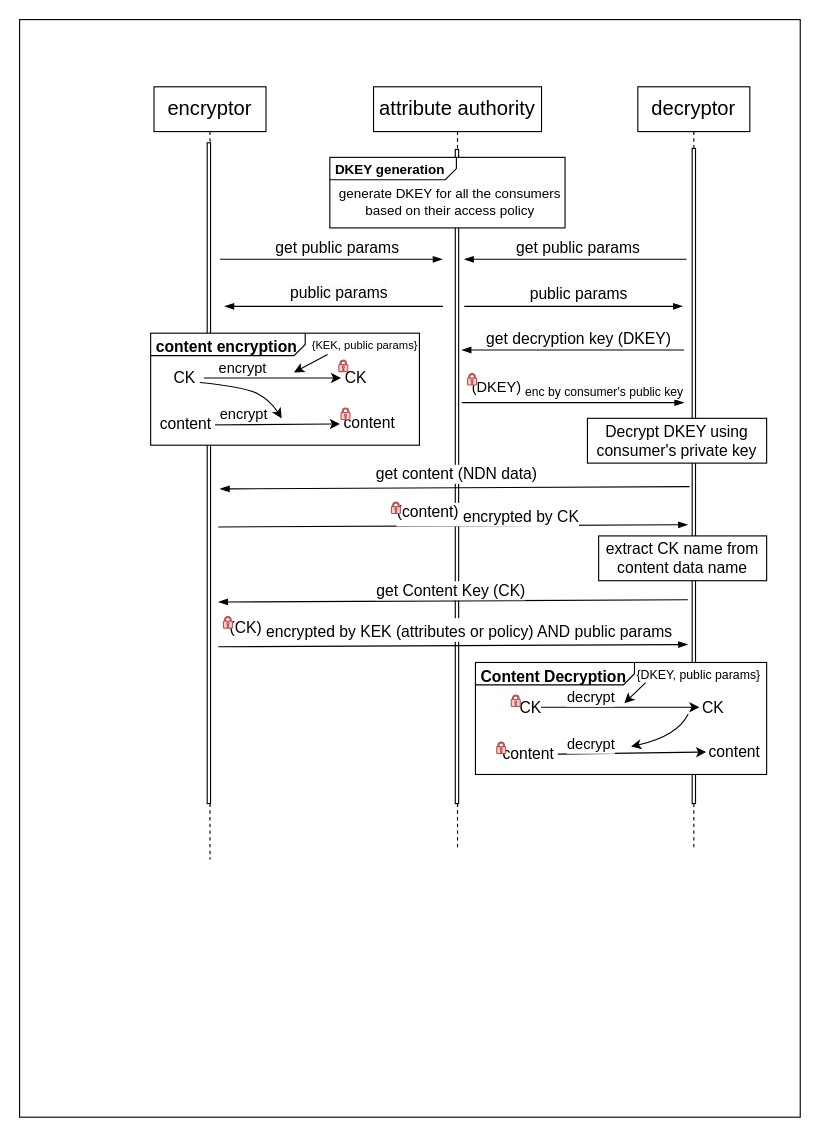
Earlier version of the draw.io diagram seq-nac-revisit.drawio (dulalsaurab/NDNHealth). Source tidied: cells renumbered, new cells numbered last; positions are measured from the earlier drawing's top-left corner, leaving out a move shared by most shapes. Both pictures are drawn from the tidied source at 112%, with x=0, y=0 at pixel (19, 19).
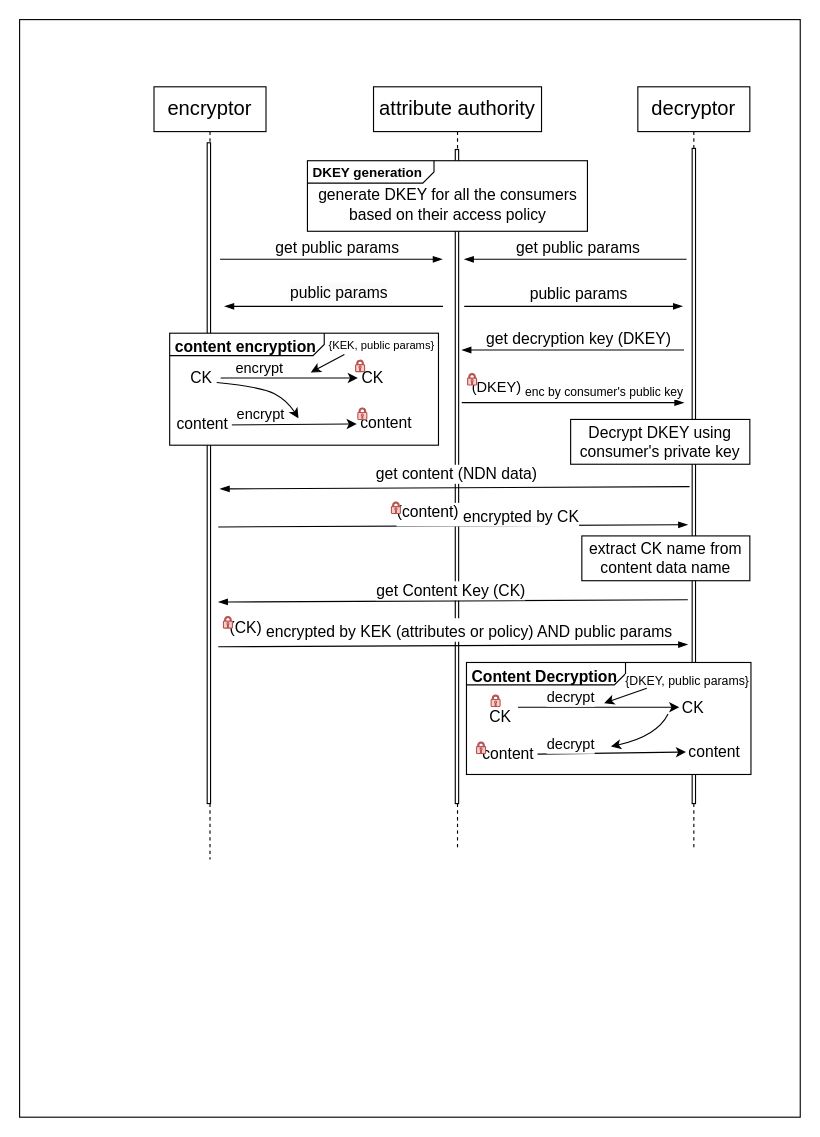
After the change.

The edit, as a diff of the source:
```diff
@@
     <mxCell id="32" value="&lt;p style=&quot;margin:0px;margin-top:4px;margin-left:5px;text-align:left;&quot;&gt;&lt;b&gt;DKEY generation&lt;br&gt;&lt;/b&gt;&lt;/p&gt;" style="html=1;shape=mxgraph.sysml.package;overflow=fill;labelX=113.88;align=left;spacingLeft=5;verticalAlign=top;spacingTop=-3;" parent="1" vertex="1">
-      <mxGeometry x="277" y="123" width="210" height="63" as="geometry" />
+      <mxGeometry x="257" y="126" width="250" height="63" as="geometry" />
     </mxCell>
-    <mxCell id="33" value="generate DKEY for all the consumers based on their access policy" style="text;html=1;strokeColor=none;fillColor=none;align=center;verticalAlign=middle;whiteSpace=wrap;rounded=0;" parent="1" vertex="1">
-      <mxGeometry x="282" y="148" width="205" height="30" as="geometry" />
+    <mxCell id="33" value="&lt;font style=&quot;font-size: 14px;&quot;&gt;generate DKEY for all the consumers based on their access policy&lt;/font&gt;" style="text;html=1;strokeColor=none;fillColor=none;align=center;verticalAlign=middle;whiteSpace=wrap;rounded=0;" parent="1" vertex="1">
+      <mxGeometry x="264.5" y="150" width="235" height="30" as="geometry" />
     </mxCell>
     <mxCell id="34" value="&lt;font style=&quot;font-size: 14px;&quot;&gt;Decrypt DKEY using consumer's private key&lt;/font&gt;" style="rounded=0;whiteSpace=wrap;html=1;glass=0;" parent="1" vertex="1">
-      <mxGeometry x="507" y="356" width="160" height="40" as="geometry" />
+      <mxGeometry x="492" y="357" width="160" height="40" as="geometry" />
     </mxCell>
     <mxCell id="35" value="&lt;font style=&quot;font-size: 14px;&quot;&gt;extract CK name from content data name&lt;/font&gt;" style="rounded=0;whiteSpace=wrap;html=1;" parent="1" vertex="1">
-      <mxGeometry x="517" y="461" width="150" height="40" as="geometry" />
+      <mxGeometry x="502" y="461" width="150" height="40" as="geometry" />
     </mxCell>
     <mxCell id="36" value="&lt;p style=&quot;margin:0px;margin-top:4px;margin-left:5px;text-align:left;&quot;&gt;&lt;b&gt;&lt;font style=&quot;font-size: 14px;&quot;&gt;content encryption&lt;/font&gt;&lt;br&gt;&lt;/b&gt;&lt;/p&gt;" style="html=1;shape=mxgraph.sysml.package;overflow=fill;labelX=138.37;align=left;spacingLeft=5;verticalAlign=top;spacingTop=-3;" parent="1" vertex="1">
-      <mxGeometry x="117" y="280" width="240" height="100" as="geometry" />
+      <mxGeometry x="134" y="280" width="240" height="100" as="geometry" />
     </mxCell>
     <mxCell id="37" style="endArrow=classic;html=1;rounded=0;" parent="1" edge="1">
       <mxGeometry relative="1" as="geometry">
-        <mxPoint x="158" y="320" as="sourcePoint" />
-        <mxPoint x="287" y="320" as="targetPoint" />
+        <mxPoint x="173" y="320" as="sourcePoint" />
+        <mxPoint x="302" y="320" as="targetPoint" />
       </mxGeometry>
     </mxCell>
@@
     <mxCell id="41" style="endArrow=classic;html=1;rounded=0;" parent="1" edge="1">
       <mxGeometry relative="1" as="geometry">
-        <mxPoint x="161" y="362" as="sourcePoint" />
-        <mxPoint x="286" y="361" as="targetPoint" />
+        <mxPoint x="176" y="362" as="sourcePoint" />
+        <mxPoint x="301" y="361" as="targetPoint" />
       </mxGeometry>
     </mxCell>
     <mxCell id="42" value="&lt;font style=&quot;font-size: 14px;&quot;&gt;CK&amp;nbsp;&amp;nbsp;&lt;/font&gt;" style="edgeLabel;html=1;align=center;verticalAlign=middle;" parent="1" vertex="1">
-      <mxGeometry x="339.8" y="329" as="geometry">
+      <mxGeometry x="354.8" y="329" as="geometry">
         <mxPoint x="-189" y="-10" as="offset" />
       </mxGeometry>
     </mxCell>
     <mxCell id="43" value="content&amp;nbsp;" style="edgeLabel;html=1;align=center;verticalAlign=middle;fontSize=14;" parent="1" vertex="1">
-      <mxGeometry x="355.8" y="352" as="geometry">
+      <mxGeometry x="370.8" y="352" as="geometry">
         <mxPoint x="-206" y="8" as="offset" />
       </mxGeometry>
     </mxCell>
     <mxCell id="44" value="content&amp;nbsp;" style="edgeLabel;html=1;align=center;verticalAlign=middle;fontSize=14;" parent="1" vertex="1">
-      <mxGeometry x="315" y="362.3" as="geometry">
+      <mxGeometry x="330" y="362.3" as="geometry">
         <mxPoint x="-2" y="-3" as="offset" />
       </mxGeometry>
     </mxCell>
     <mxCell id="45" style="sketch=0;shadow=0;dashed=0;html=1;strokeColor=#b85450;labelPosition=center;verticalLabelPosition=bottom;verticalAlign=top;align=center;fillColor=#f8cecc;shape=mxgraph.mscae.enterprise.lock;" parent="1" vertex="1">
-      <mxGeometry x="285" y="304" width="8" height="10.3" as="geometry" />
+      <mxGeometry x="300" y="304" width="8" height="10.3" as="geometry" />
     </mxCell>
     <mxCell id="46" style="sketch=0;shadow=0;dashed=0;html=1;strokeColor=#b85450;labelPosition=center;verticalLabelPosition=bottom;verticalAlign=top;align=center;fillColor=#f8cecc;shape=mxgraph.mscae.enterprise.lock;" parent="1" vertex="1">
-      <mxGeometry x="287" y="346.7" width="8" height="10.3" as="geometry" />
+      <mxGeometry x="302" y="346.7" width="8" height="10.3" as="geometry" />
     </mxCell>
     <mxCell id="47" style="group;" parent="1" vertex="1">
-      <mxGeometry x="407" y="574" width="260" height="100" as="geometry" />
+      <mxGeometry x="399" y="574" width="254" height="100" as="geometry" />
     </mxCell>
     <mxCell id="48" value="&lt;p style=&quot;margin: 4px 0px 0px 5px; text-align: left;&quot;&gt;&lt;b style=&quot;&quot;&gt;&lt;font style=&quot;font-size: 14px;&quot;&gt;Content Decryption&lt;/font&gt;&lt;br style=&quot;font-size: 15px;&quot;&gt;&lt;/b&gt;&lt;/p&gt;" style="html=1;shape=mxgraph.sysml.package;overflow=fill;labelX=142.93;align=left;spacingLeft=5;verticalAlign=top;spacingTop=-3;fontSize=15;" parent="47" vertex="1">
-      <mxGeometry width="260" height="100" as="geometry" />
+      <mxGeometry width="254" height="100" as="geometry" />
     </mxCell>
     <mxCell id="49" style="endArrow=classic;html=1;rounded=0;fontSize=15;" parent="47" edge="1">
       <mxGeometry relative="1" as="geometry">
-        <mxPoint x="56" y="40" as="sourcePoint" />
-        <mxPoint x="200" y="40" as="targetPoint" />
+        <mxPoint x="46" y="40" as="sourcePoint" />
+        <mxPoint x="190" y="40" as="targetPoint" />
       </mxGeometry>
     </mxCell>
     <mxCell id="50" value="{DKEY, public params}" style="edgeLabel;html=1;align=center;verticalAlign=middle;fontSize=11;" parent="49" vertex="1">
       <mxGeometry x="-0.08" y="3" relative="1" as="geometry">
-        <mxPoint x="76" y="-27" as="offset" />
+        <mxPoint x="84" y="-21" as="offset" />
       </mxGeometry>
     </mxCell>
@@
     <mxCell id="52" style="endArrow=classic;html=1;rounded=0;fontSize=15;" parent="47" edge="1">
       <mxGeometry relative="1" as="geometry">
-        <mxPoint x="59" y="82" as="sourcePoint" />
-        <mxPoint x="206" y="80" as="targetPoint" />
+        <mxPoint x="49" y="82" as="sourcePoint" />
+        <mxPoint x="196" y="80" as="targetPoint" />
       </mxGeometry>
     </mxCell>
     <mxCell id="53" value="&lt;font style=&quot;font-size: 14px;&quot;&gt;CK&lt;/font&gt;" style="edgeLabel;html=1;align=center;verticalAlign=middle;fontSize=15;" parent="47" vertex="1">
-      <mxGeometry x="237.8" y="49" as="geometry">
-        <mxPoint x="-189" y="-10" as="offset" />
+      <mxGeometry x="227.8" y="49" as="geometry">
+        <mxPoint x="-198" y="-2" as="offset" />
       </mxGeometry>
     </mxCell>
     <mxCell id="54" value="&lt;font style=&quot;font-size: 14px;&quot;&gt;content&amp;nbsp;&lt;/font&gt;" style="edgeLabel;html=1;align=center;verticalAlign=middle;fontSize=15;" parent="47" vertex="1">
-      <mxGeometry x="254.8" y="72" as="geometry">
+      <mxGeometry x="244.8" y="72" as="geometry">
         <mxPoint x="-206" y="8" as="offset" />
       </mxGeometry>
     </mxCell>
     <mxCell id="55" value="&lt;font style=&quot;font-size: 14px;&quot;&gt;content&amp;nbsp;&lt;/font&gt;" style="edgeLabel;html=1;align=center;verticalAlign=middle;fontSize=15;" parent="47" vertex="1">
-      <mxGeometry x="234" y="81.3" as="geometry">
+      <mxGeometry x="224" y="81.3" as="geometry">
         <mxPoint x="-2" y="-3" as="offset" />
       </mxGeometry>
     </mxCell>
     <mxCell id="56" style="sketch=0;shadow=0;dashed=0;html=1;strokeColor=#b85450;labelPosition=center;verticalLabelPosition=bottom;verticalAlign=top;align=center;fillColor=#f8cecc;shape=mxgraph.mscae.enterprise.lock;fontSize=15;" parent="47" vertex="1">
-      <mxGeometry x="32" y="29" width="8" height="10.3" as="geometry" />
+      <mxGeometry x="22" y="29" width="8" height="10.3" as="geometry" />
     </mxCell>
     <mxCell id="57" style="sketch=0;shadow=0;dashed=0;html=1;strokeColor=#b85450;labelPosition=center;verticalLabelPosition=bottom;verticalAlign=top;align=center;fillColor=#f8cecc;shape=mxgraph.mscae.enterprise.lock;fontSize=15;" parent="47" vertex="1">
-      <mxGeometry x="19" y="71" width="8" height="10.3" as="geometry" />
+      <mxGeometry x="9" y="71" width="8" height="10.3" as="geometry" />
     </mxCell>
     <mxCell id="58" value="&lt;font style=&quot;font-size: 13px;&quot;&gt;decrypt&lt;/font&gt;" style="edgeLabel;html=1;align=center;verticalAlign=middle;fontSize=15;" parent="47" vertex="1">
-      <mxGeometry x="101.2" y="35" as="geometry">
+      <mxGeometry x="91.2" y="35" as="geometry">
         <mxPoint x="1" y="-6" as="offset" />
       </mxGeometry>
     </mxCell>
     <mxCell id="59" value="&lt;font style=&quot;font-size: 13px;&quot;&gt;decrypt&lt;/font&gt;" style="edgeLabel;html=1;align=center;verticalAlign=middle;fontSize=15;" parent="47" vertex="1">
-      <mxGeometry x="102" y="71" as="geometry" />
+      <mxGeometry x="92" y="71" as="geometry" />
     </mxCell>
     <mxCell id="60" style="curved=1;endArrow=classic;html=1;rounded=0;fontSize=15;" parent="47" edge="1">
       <mxGeometry relative="1" as="geometry">
-        <mxPoint x="190" y="46" as="sourcePoint" />
-        <mxPoint x="139" y="75" as="targetPoint" />
+        <mxPoint x="180" y="46" as="sourcePoint" />
+        <mxPoint x="129" y="75" as="targetPoint" />
         <Array as="points">
-          <mxPoint x="180" y="66" />
+          <mxPoint x="170" y="66" />
         </Array>
       </mxGeometry>
     </mxCell>
     <mxCell id="61" style="endArrow=classic;html=1;rounded=0;fontSize=15;" parent="47" edge="1">
       <mxGeometry relative="1" as="geometry">
-        <mxPoint x="152" y="18" as="sourcePoint" />
-        <mxPoint x="133" y="36.3" as="targetPoint" />
+        <mxPoint x="161" y="23" as="sourcePoint" />
+        <mxPoint x="123" y="36.3" as="targetPoint" />
       </mxGeometry>
     </mxCell>
     <mxCell id="62" style="curved=1;endArrow=classic;html=1;rounded=0;" parent="1" edge="1">
       <mxGeometry relative="1" as="geometry">
-        <mxPoint x="161" y="324" as="sourcePoint" />
-        <mxPoint x="234" y="356" as="targetPoint" />
+        <mxPoint x="176" y="324" as="sourcePoint" />
+        <mxPoint x="249" y="356" as="targetPoint" />
         <Array as="points">
-          <mxPoint x="201" y="328" />
-          <mxPoint x="224" y="340" />
+          <mxPoint x="216" y="328" />
+          <mxPoint x="239" y="340" />
         </Array>
       </mxGeometry>
     </mxCell>
     <mxCell id="63" value="encrypt" style="edgeLabel;html=1;align=center;verticalAlign=middle;fontSize=13;" parent="1" vertex="1">
-      <mxGeometry x="199" y="351" as="geometry" />
+      <mxGeometry x="214" y="351" as="geometry" />
     </mxCell>
     <mxCell id="64" style="endArrow=classic;html=1;rounded=0;" parent="1" edge="1">
       <mxGeometry relative="1" as="geometry">
-        <mxPoint x="275" y="299" as="sourcePoint" />
-        <mxPoint x="245" y="315" as="targetPoint" />
+        <mxPoint x="290" y="299" as="sourcePoint" />
+        <mxPoint x="260" y="315" as="targetPoint" />
       </mxGeometry>
     </mxCell>
```
